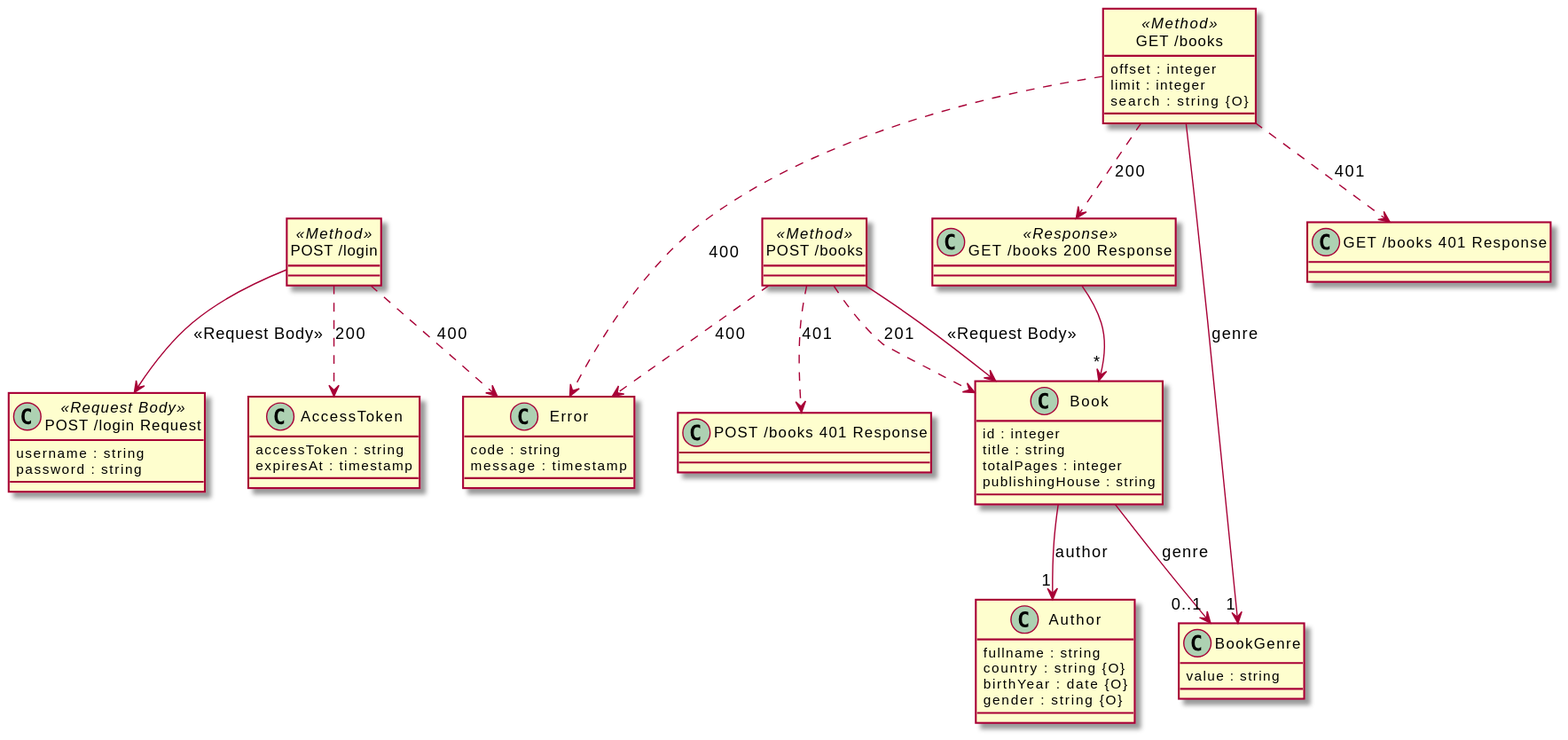
Above: src/docs/demos/bookstore.svg in davidmoten/openapi-to-plantuml (PlantUML), before the change.
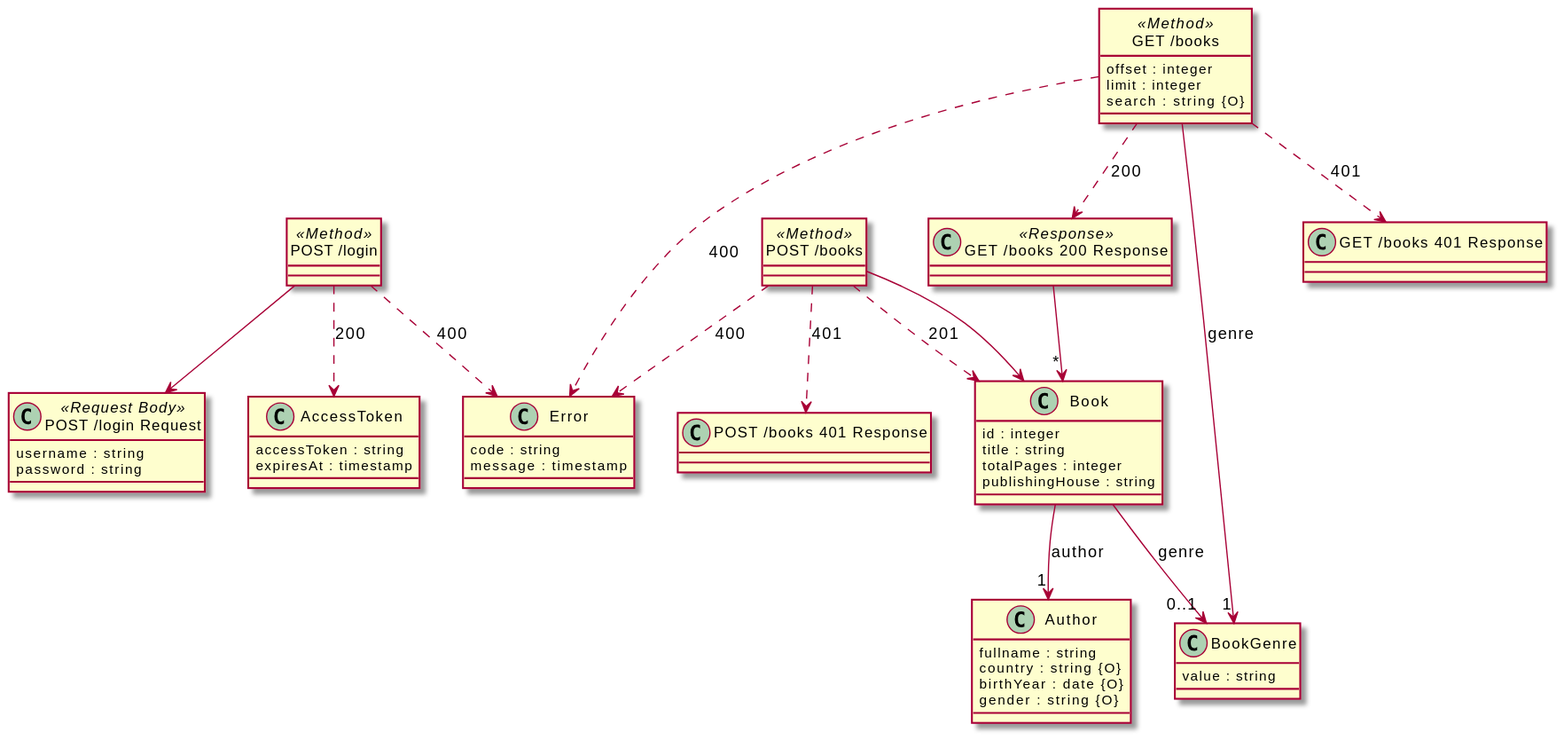
After the change.

Diff of the diagram source:
```diff
@@ -46,7 +46,7 @@
   password : string
 }
 
-"POST /login" --> "POST /login Request" : "<<Request Body>>"
+"POST /login" --> "POST /login Request"
 
 class "GET /books" <<Method>> {
   offset : integer
@@ -76,7 +76,7 @@
 
 "POST /books" ..> "POST /books 401 Response": 401
 
-"POST /books" --> "Book" : "<<Request Body>>"
+"POST /books" --> "Book"
 
 "GET /books" --> "1" "BookGenre" : "genre"
 
```
